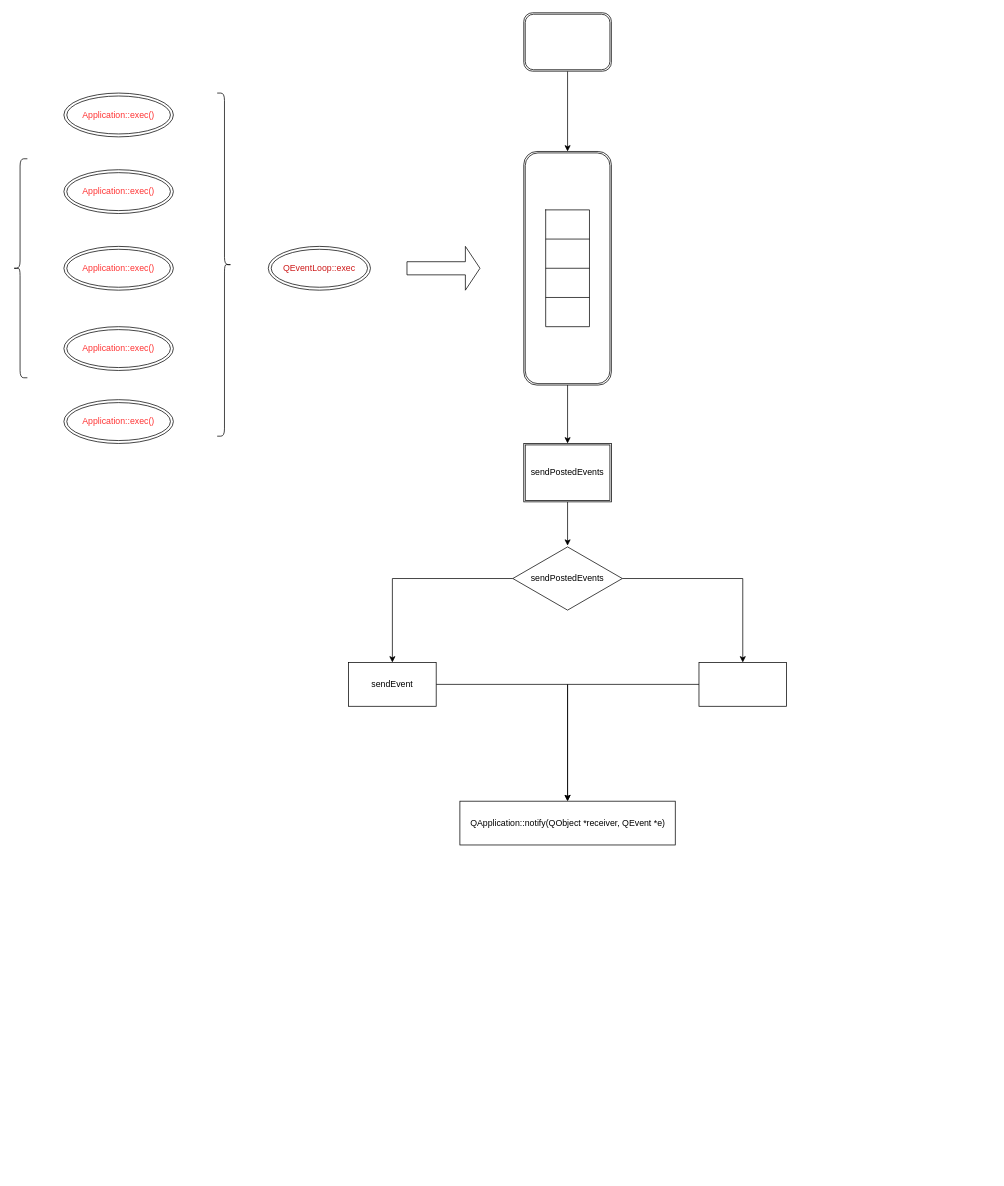
Above: 图解Qt事件循环.drawio in summer-hu-1/qt-official-examples (draw.io), before the change. Source tidied: cells renumbered, new cells numbered last; positions are measured from the earlier drawing's top-left corner, leaving out a move shared by most shapes. Both pictures are drawn from the tidied source at 73%, with x=0, y=0 at pixel (12, 12).
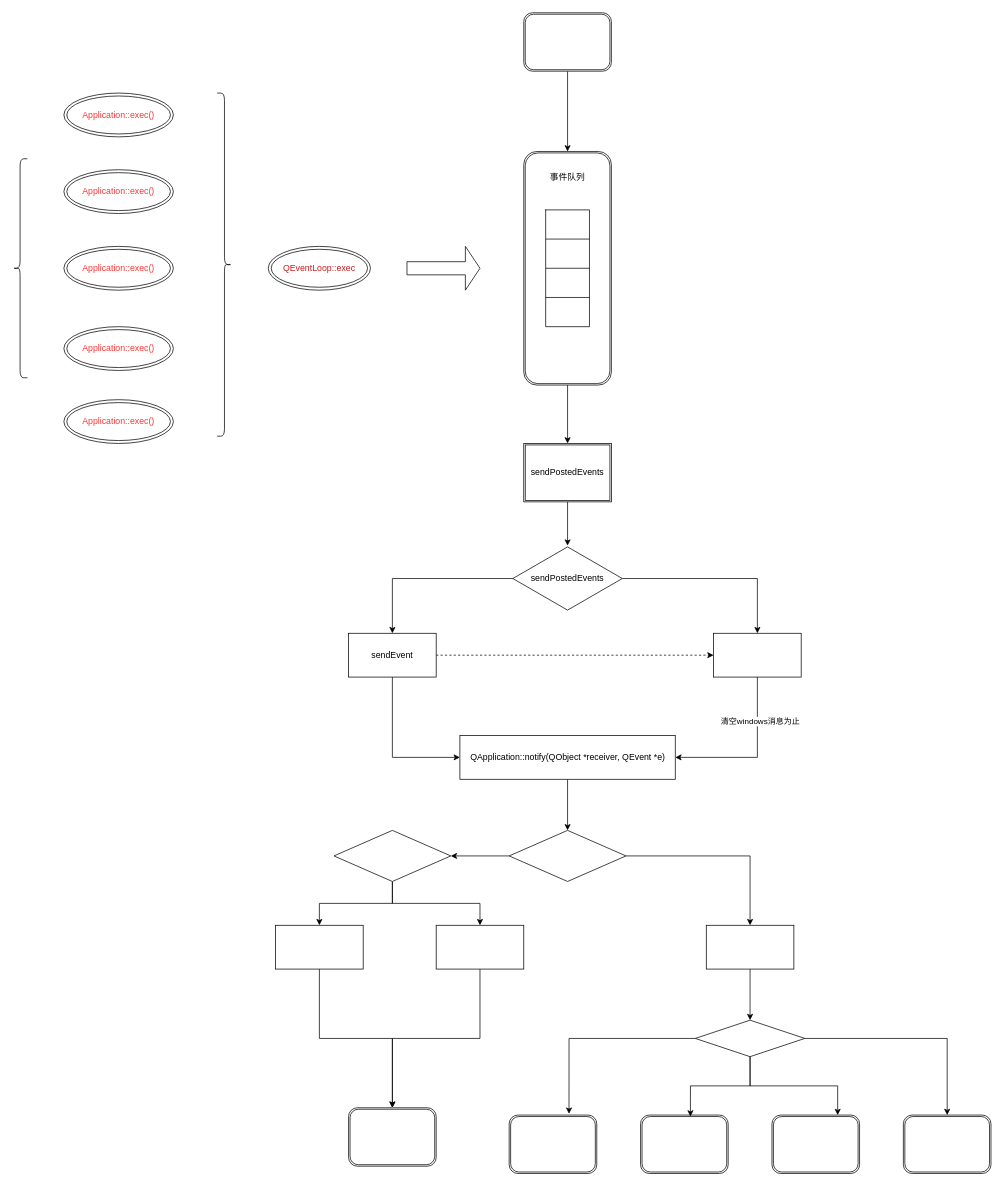
After the change.

Commit message (it also covers changes not shown here):
更新图解Qt事件循环.drawio

Change to the diagram source:
```diff
@@
-    <mxCell id="25" style="edgeStyle=orthogonalEdgeStyle;rounded=0;jettySize=auto;html=1;" parent="1" edge="1" source="26" target="33">
-      <mxGeometry relative="1" as="geometry" />
+    <mxCell id="25" style="edgeStyle=orthogonalEdgeStyle;rounded=0;jettySize=auto;html=1;entryX=0;entryY=0.5;entryDx=0;entryDy=0;exitX=0.5;exitY=1;exitDx=0;exitDy=0;" parent="1" edge="1" source="26" target="33">
+      <mxGeometry relative="1" as="geometry">
+        <Array as="points">
+          <mxPoint x="520" y="1020" />
+        </Array>
+      </mxGeometry>
     </mxCell>
+    <mxCell id="34" style="edgeStyle=orthogonalEdgeStyle;rounded=0;jettySize=auto;html=1;entryX=0;entryY=0.5;entryDx=0;entryDy=0;dashed=1;" parent="1" edge="1" source="26" target="28">
+      <mxGeometry relative="1" as="geometry" />
+    </mxCell>
     <mxCell id="26" value="sendEvent" style="whiteSpace=wrap;html=1;" parent="1" vertex="1">
-      <mxGeometry x="460" y="890" width="120" height="60" as="geometry" />
+      <mxGeometry x="460" y="850" width="120" height="60" as="geometry" />
     </mxCell>
-    <mxCell id="27" style="edgeStyle=orthogonalEdgeStyle;rounded=0;jettySize=auto;html=1;" parent="1" edge="1" source="28" target="33">
-      <mxGeometry relative="1" as="geometry" />
+    <mxCell id="27" style="edgeStyle=orthogonalEdgeStyle;rounded=0;jettySize=auto;html=1;entryX=1;entryY=0.5;entryDx=0;entryDy=0;" parent="1" edge="1" source="28" target="33">
+      <mxGeometry relative="1" as="geometry">
+        <Array as="points">
+          <mxPoint x="1020" y="1020" />
+        </Array>
+      </mxGeometry>
     </mxCell>
+    <mxCell id="35" value="清空windows消息为止" style="edgeLabel;html=1;align=center;verticalAlign=middle;" parent="27" vertex="1">
+      <mxGeometry x="-0.46" y="3" relative="1" as="geometry" />
+    </mxCell>
     <mxCell id="28" style="whiteSpace=wrap;html=1;" parent="1" vertex="1">
-      <mxGeometry x="940" y="890" width="120" height="60" as="geometry" />
+      <mxGeometry x="960" y="850" width="120" height="60" as="geometry" />
     </mxCell>
@@
+    <mxCell id="36" style="edgeStyle=orthogonalEdgeStyle;rounded=0;jettySize=auto;html=1;" parent="1" edge="1" source="33" target="45">
+      <mxGeometry relative="1" as="geometry" />
+    </mxCell>
     <mxCell id="33" value="QApplication::notify(QObject *receiver, QEvent *e)" style="whiteSpace=wrap;html=1;" parent="1" vertex="1">
-      <mxGeometry x="612.5" y="1080" width="295" height="60" as="geometry" />
+      <mxGeometry x="612.5" y="990" width="295" height="60" as="geometry" />
     </mxCell>
+    <mxCell id="37" style="edgeStyle=orthogonalEdgeStyle;rounded=0;jettySize=auto;html=1;entryX=0.5;entryY=0;entryDx=0;entryDy=0;" parent="1" edge="1" source="38" target="41">
+      <mxGeometry relative="1" as="geometry" />
+    </mxCell>
+    <mxCell id="38" style="whiteSpace=wrap;html=1;" parent="1" vertex="1">
+      <mxGeometry x="580" y="1250" width="120" height="60" as="geometry" />
+    </mxCell>
+    <mxCell id="39" style="edgeStyle=orthogonalEdgeStyle;rounded=0;jettySize=auto;html=1;" parent="1" edge="1" source="40" target="41">
+      <mxGeometry relative="1" as="geometry" />
+    </mxCell>
+    <mxCell id="40" style="rounded=0;whiteSpace=wrap;html=1;" parent="1" vertex="1">
+      <mxGeometry x="360" y="1250" width="120" height="60" as="geometry" />
+    </mxCell>
+    <mxCell id="41" style="shape=ext;double=1;rounded=1;whiteSpace=wrap;html=1;" parent="1" vertex="1">
+      <mxGeometry x="460" y="1500" width="120" height="80" as="geometry" />
+    </mxCell>
+    <mxCell id="42" style="shape=ext;double=1;rounded=1;whiteSpace=wrap;html=1;" parent="1" vertex="1">
+      <mxGeometry x="680" y="1510" width="120" height="80" as="geometry" />
+    </mxCell>
+    <mxCell id="43" style="edgeStyle=orthogonalEdgeStyle;rounded=0;jettySize=auto;html=1;" parent="1" edge="1" source="45" target="48">
+      <mxGeometry relative="1" as="geometry" />
+    </mxCell>
+    <mxCell id="44" style="edgeStyle=orthogonalEdgeStyle;rounded=0;jettySize=auto;html=1;" parent="1" edge="1" source="45" target="50">
+      <mxGeometry relative="1" as="geometry" />
+    </mxCell>
+    <mxCell id="45" style="rhombus;whiteSpace=wrap;html=1;" parent="1" vertex="1">
+      <mxGeometry x="680" y="1120" width="160" height="70" as="geometry" />
+    </mxCell>
+    <mxCell id="46" style="edgeStyle=orthogonalEdgeStyle;rounded=0;jettySize=auto;html=1;entryX=0.5;entryY=0;entryDx=0;entryDy=0;" parent="1" edge="1" source="48" target="40">
+      <mxGeometry relative="1" as="geometry" />
+    </mxCell>
+    <mxCell id="47" style="edgeStyle=orthogonalEdgeStyle;rounded=0;jettySize=auto;html=1;entryX=0.5;entryY=0;entryDx=0;entryDy=0;" parent="1" edge="1" source="48" target="38">
+      <mxGeometry relative="1" as="geometry" />
+    </mxCell>
+    <mxCell id="48" style="rhombus;whiteSpace=wrap;html=1;" parent="1" vertex="1">
+      <mxGeometry x="440" y="1120" width="160" height="70" as="geometry" />
+    </mxCell>
+    <mxCell id="49" style="edgeStyle=orthogonalEdgeStyle;rounded=0;jettySize=auto;html=1;" parent="1" edge="1" source="50" target="53">
+      <mxGeometry relative="1" as="geometry" />
+    </mxCell>
+    <mxCell id="50" style="whiteSpace=wrap;html=1;" parent="1" vertex="1">
+      <mxGeometry x="950" y="1250" width="120" height="60" as="geometry" />
+    </mxCell>
+    <mxCell id="51" style="edgeStyle=orthogonalEdgeStyle;rounded=0;jettySize=auto;html=1;entryX=0.75;entryY=0;entryDx=0;entryDy=0;" parent="1" edge="1" source="53" target="55">
+      <mxGeometry relative="1" as="geometry" />
+    </mxCell>
+    <mxCell id="52" style="edgeStyle=orthogonalEdgeStyle;rounded=0;jettySize=auto;html=1;entryX=0.5;entryY=0;entryDx=0;entryDy=0;" parent="1" edge="1" source="53" target="56">
+      <mxGeometry relative="1" as="geometry" />
+    </mxCell>
+    <mxCell id="53" style="rhombus;whiteSpace=wrap;html=1;" parent="1" vertex="1">
+      <mxGeometry x="935" y="1380" width="150" height="50" as="geometry" />
+    </mxCell>
+    <mxCell id="54" style="shape=ext;double=1;rounded=1;whiteSpace=wrap;html=1;" parent="1" vertex="1">
+      <mxGeometry x="860" y="1510" width="120" height="80" as="geometry" />
+    </mxCell>
+    <mxCell id="55" style="shape=ext;double=1;rounded=1;whiteSpace=wrap;html=1;" parent="1" vertex="1">
+      <mxGeometry x="1040" y="1510" width="120" height="80" as="geometry" />
+    </mxCell>
+    <mxCell id="56" style="shape=ext;double=1;rounded=1;whiteSpace=wrap;html=1;" parent="1" vertex="1">
+      <mxGeometry x="1220" y="1510" width="120" height="80" as="geometry" />
+    </mxCell>
+    <mxCell id="57" style="edgeStyle=orthogonalEdgeStyle;rounded=0;jettySize=auto;html=1;entryX=0.683;entryY=-0.022;entryDx=0;entryDy=0;entryPerimeter=0;" parent="1" edge="1" source="53" target="42">
+      <mxGeometry relative="1" as="geometry" />
+    </mxCell>
+    <mxCell id="58" style="edgeStyle=orthogonalEdgeStyle;rounded=0;jettySize=auto;html=1;entryX=0.569;entryY=0.025;entryDx=0;entryDy=0;entryPerimeter=0;" parent="1" edge="1" source="53" target="54">
+      <mxGeometry relative="1" as="geometry" />
+    </mxCell>
+    <mxCell id="59" value="事件队列" style="text;html=1;align=center;verticalAlign=middle;whiteSpace=wrap;rounded=0;" parent="1" vertex="1">
+      <mxGeometry x="730" y="210" width="60" height="30" as="geometry" />
+    </mxCell>
```
